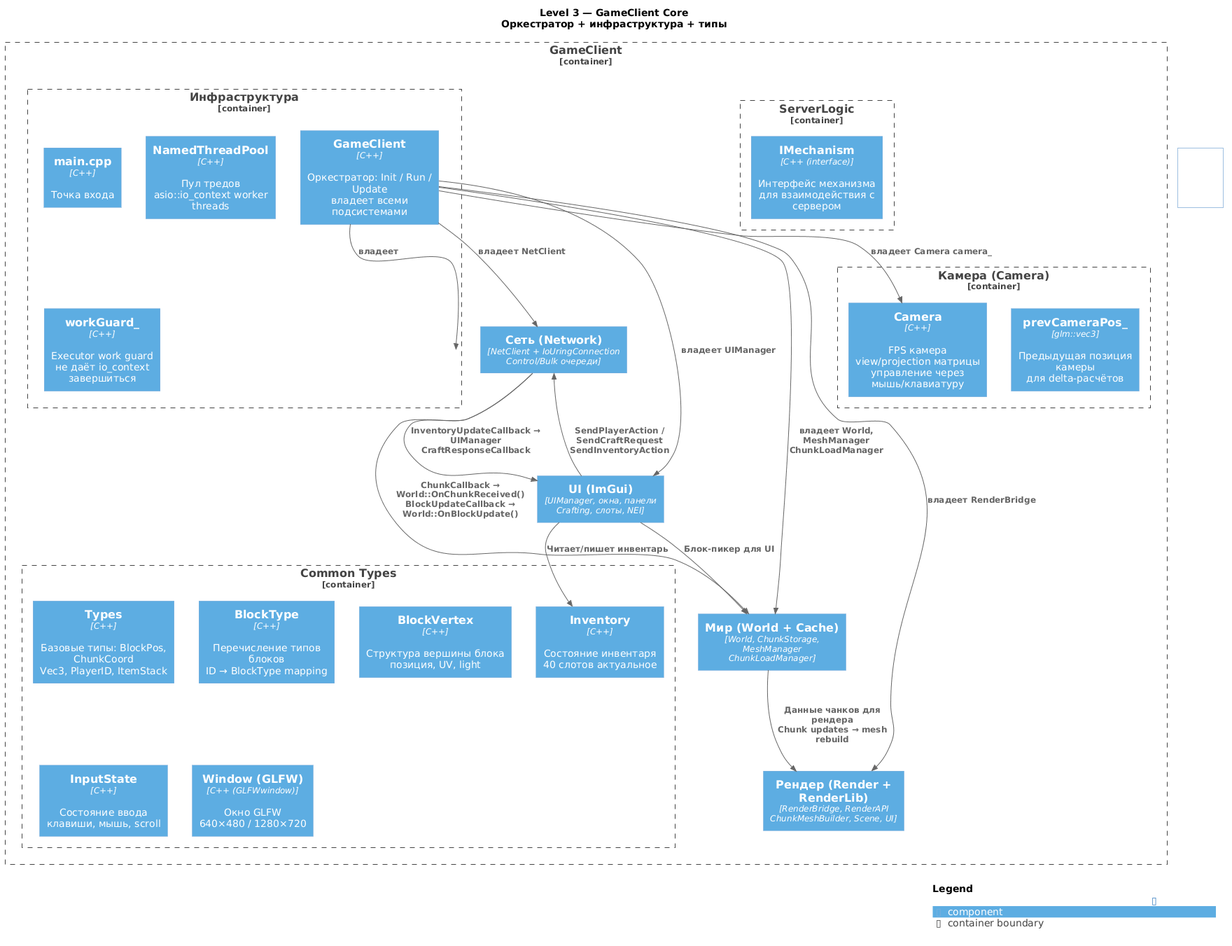
The PlantUML diagram doc/c4/GTNH-Client-Core-level4.png in lexasub/gtnh-platform, before a commit. Its diagram source:
```plantuml
@startuml GTNH-Client-Core-level4
!include _common.puml

LAYOUT_TOP_DOWN()
LAYOUT_WITH_LEGEND()

title **Level 3 — GameClient Core**\nОркестратор + инфраструктура + типы

Container_Boundary(gc, "GameClient") {

    Container_Boundary(infra, "Инфраструктура") {
        Component(gc_main, "main.cpp", "C++", "Точка входа")
        Component(gc_core, "GameClient", "C++", "Оркестратор: Init / Run / Update\nвладеет всеми подсистемами")
        Component(gc_thread, "NamedThreadPool", "C++", "Пул тредов\nasio::io_context worker threads")
        Component(gc_workguard, "workGuard_", "C++", "Executor work guard\nне даёт io_context завершиться")
    }

    Container_Boundary(cam, "Камера (Camera)") {
        Component(cam_obj, "Camera", "C++", "FPS камера\nview/projection матрицы\nуправление через мышь/клавиатуру")
        Component(cam_prev, "prevCameraPos_", "glm::vec3", "Предыдущая позиция камеры\nдля delta-расчётов")
    }

    Container_Boundary(slogic, "ServerLogic") {
        Component(sl_mech, "IMechanism", "C++ (interface)", "Интерфейс механизма\nдля взаимодействия с сервером")
    }

    Container_Boundary(common, "Common Types") {
        Component(ct_types, "Types", "C++", "Базовые типы: BlockPos, ChunkCoord\nVec3, PlayerID, ItemStack")
        Component(ct_blocktype, "BlockType", "C++", "Перечисление типов блоков\nID → BlockType mapping")
        Component(ct_blockvtx, "BlockVertex", "C++", "Структура вершины блока\nпозиция, UV, light")
        Component(ct_input, "InputState", "C++", "Состояние ввода\nклавиши, мышь, scroll")
        Component(ct_inv, "Inventory", "C++", "Состояние инвентаря\n40 слотов актуальное")
        Component(window, "Window (GLFW)", "C++ (GLFWwindow)", "Окно GLFW\n640×480 / 1280×720")
    }

    Component(net_ref, "Сеть (Network)", "NetClient + IoUringConnection\nControl/Bulk очереди")
    Component(world_ref, "Мир (World + Cache)", "World, ChunkStorage, MeshManager\nChunkLoadManager")
    Component(render_ref, "Рендер (Render + RenderLib)", "RenderBridge, RenderAPI\nChunkMeshBuilder, Scene, UI")
    Component(ui_ref, "UI (ImGui)", "UIManager, окна, панели\nCrafting, слоты, NEI")

    Rel(gc_core, net_ref, "владеет NetClient", "")
    Rel(gc_core, world_ref, "владеет World, MeshManager\nChunkLoadManager", "")
    Rel(gc_core, render_ref, "владеет RenderBridge", "")
    Rel(gc_core, ui_ref, "владеет UIManager", "")
    Rel(gc_core, cam_obj, "владеет Camera camera_", "")
    Rel(gc_core, infra, "владеет", "")

    Rel(net_ref, world_ref, "ChunkCallback → World::OnChunkReceived()\nBlockUpdateCallback → World::OnBlockUpdate()", "")
    Rel(net_ref, ui_ref, "InventoryUpdateCallback → UIManager\nCraftResponseCallback", "")
    Rel(world_ref, render_ref, "Данные чанков для рендера\nChunk updates → mesh rebuild", "")
    Rel(ui_ref, net_ref, "SendPlayerAction / SendCraftRequest\nSendInventoryAction", "")
    Rel(ui_ref, world_ref, "Блок-пикер для UI", "")
    Rel(ui_ref, ct_inv, "Читает/пишет инвентарь", "")
}

SHOW_LEGEND()
@enduml
```
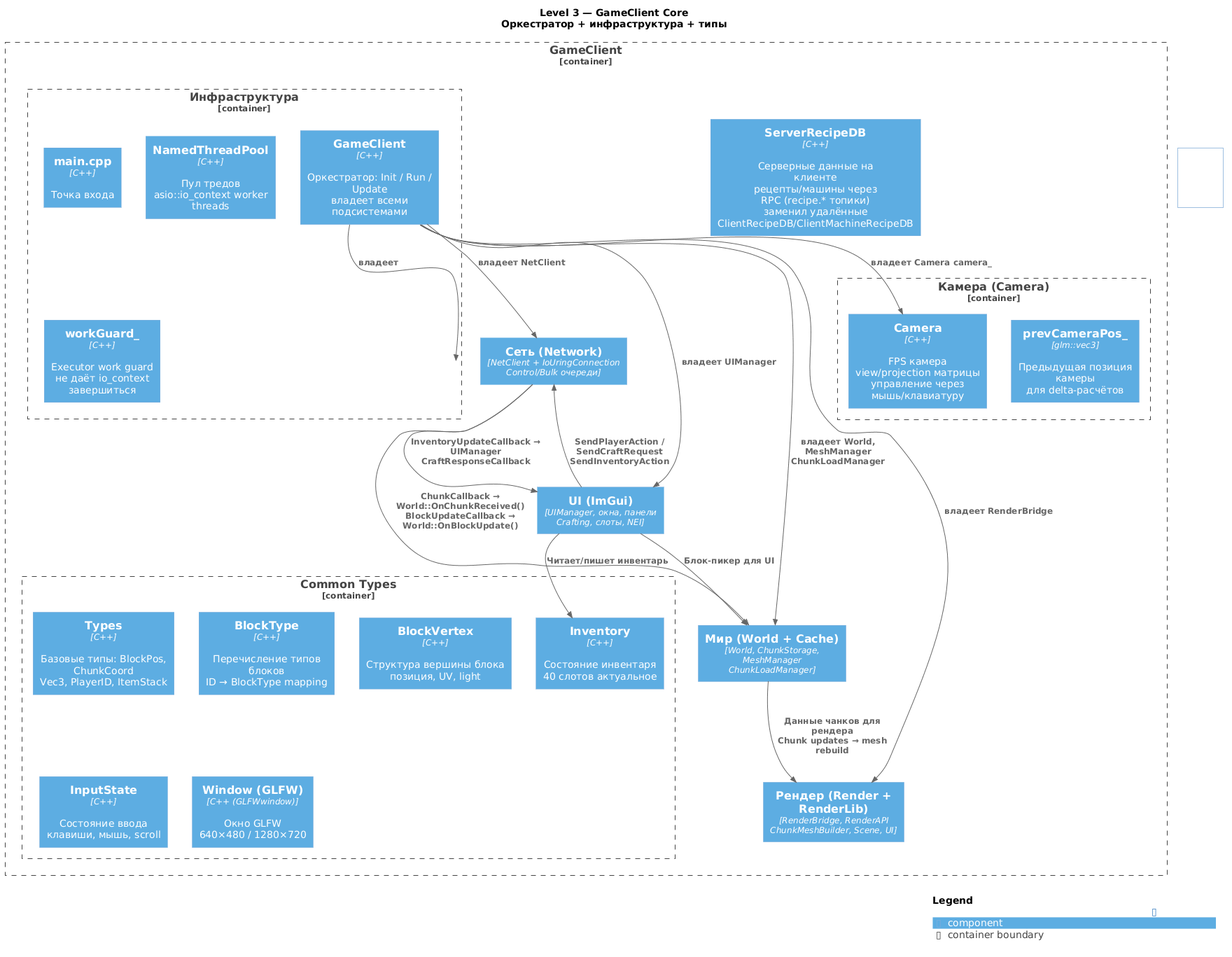
The same file after the commit.

The edit, as a diff of the source:
```diff
@@ -20,9 +20,7 @@
         Component(cam_prev, "prevCameraPos_", "glm::vec3", "Предыдущая позиция камеры\nдля delta-расчётов")
     }
 
-    Container_Boundary(slogic, "ServerLogic") {
-        Component(sl_mech, "IMechanism", "C++ (interface)", "Интерфейс механизма\nдля взаимодействия с сервером")
-    }
+    Component(sl_mech, "ServerRecipeDB", "C++", "Серверные данные на клиенте\nрецепты/машины через RPC (recipe.* топики)\nзаменил удалённые ClientRecipeDB/ClientMachineRecipeDB")
 
     Container_Boundary(common, "Common Types") {
         Component(ct_types, "Types", "C++", "Базовые типы: BlockPos, ChunkCoord\nVec3, PlayerID, ItemStack")
```
